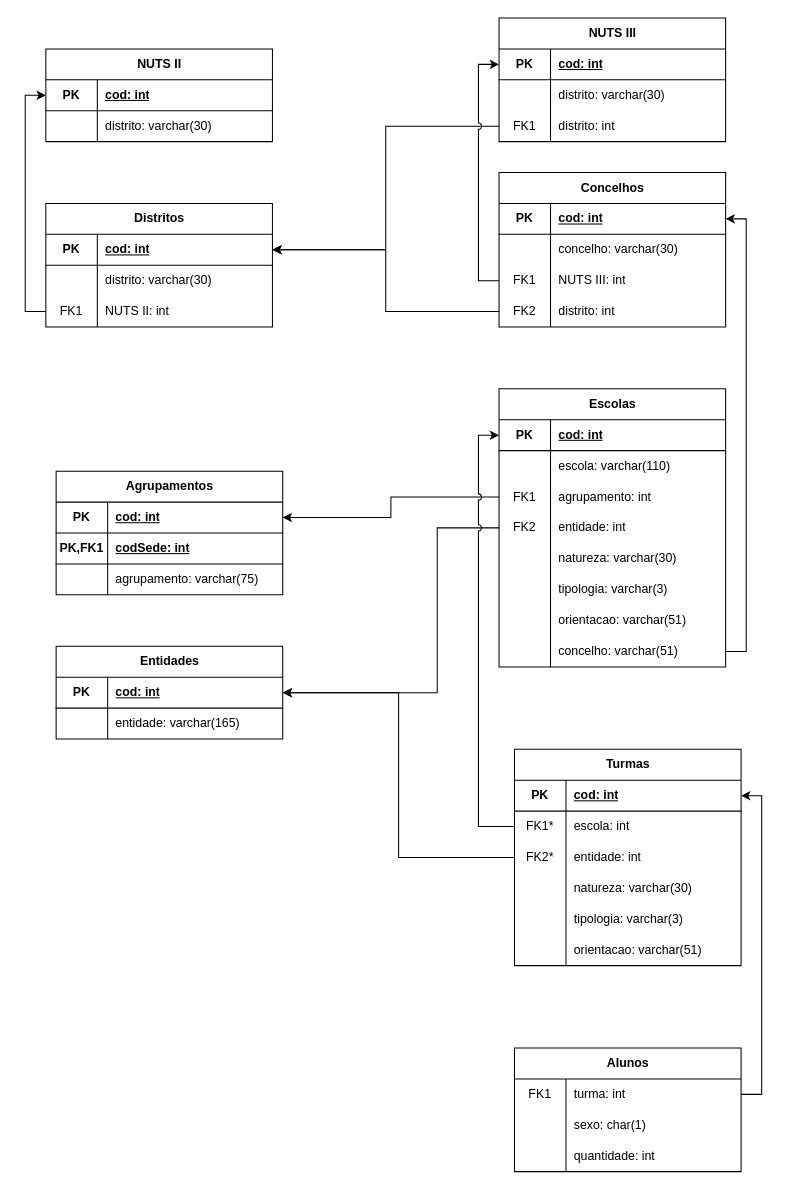
Above: page "Relacional" (5 of 5) of UML1.drawio in damaral31/Portuguese-School-System-DB-Modeling (draw.io), before the change. Source tidied: cells renumbered, new cells numbered last; positions are measured from the earlier drawing's top-left corner, leaving out a move shared by most shapes. Both pictures are drawn from the tidied source at 103%, with x=0, y=0 at pixel (45, 18).
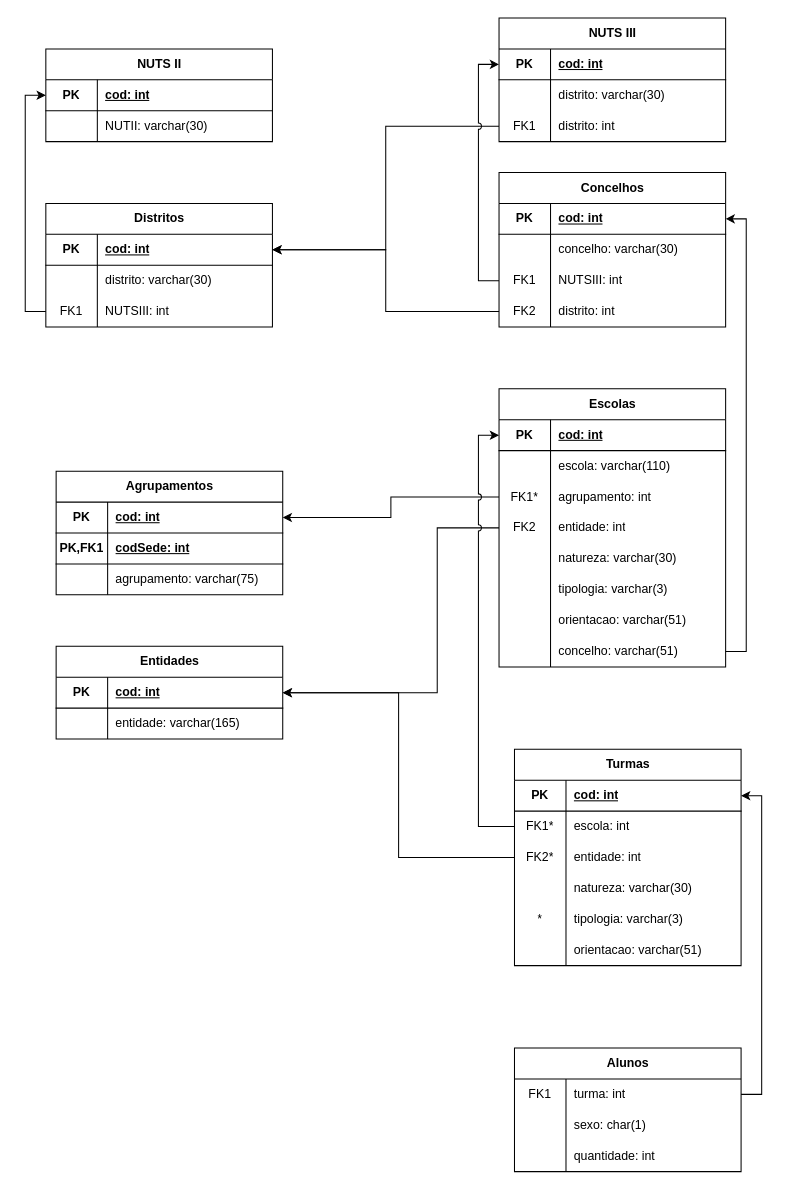
The same diagram, later.

Unchanged cells that the change refers to:
```xml
<mxCell id="20" style="shape=tableRow;horizontal=0;startSize=0;swimlaneHead=0;swimlaneBody=0;fillColor=none;points=[[0,0.5],[1,0.5]];portConstraint=eastwest;top=0;left=0;right=0;bottom=0;" parent="13" vertex="1">
  <mxGeometry y="90" width="220" height="30" as="geometry" />
</mxCell>
<mxCell id="60" style="shape=tableRow;horizontal=0;startSize=0;swimlaneHead=0;swimlaneBody=0;fillColor=none;top=0;left=0;right=0;bottom=0;" parent="47" vertex="1">
  <mxGeometry y="150" width="220" height="30" as="geometry" />
</mxCell>
<mxCell id="86" style="shape=tableRow;horizontal=0;startSize=0;swimlaneHead=0;swimlaneBody=0;fillColor=none;points=[[0,0.5],[1,0.5]];portConstraint=eastwest;top=0;left=0;right=0;bottom=0;" parent="79" vertex="1">
  <mxGeometry y="90" width="220" height="30" as="geometry" />
</mxCell>
<mxCell id="111" style="shape=tableRow;horizontal=0;startSize=0;swimlaneHead=0;swimlaneBody=0;fillColor=none;points=[[0,0.5],[1,0.5]];portConstraint=eastwest;top=0;left=0;right=0;bottom=0;" parent="104" vertex="1">
  <mxGeometry y="90" width="220" height="30" as="geometry" />
</mxCell>
<mxCell id="119" style="shape=tableRow;horizontal=0;startSize=0;swimlaneHead=0;swimlaneBody=0;fillColor=none;top=0;left=0;right=0;bottom=0;" parent="115" vertex="1">
  <mxGeometry y="60" width="220" height="30" as="geometry" />
</mxCell>
```

Diff of the diagram source:
```diff
@@
-    <mxCell id="21" value="FK1" style="shape=partialRectangle;fillColor=none;top=0;left=0;bottom=0;right=0;overflow=hidden;whiteSpace=wrap;html=1;" parent="20" vertex="1">
+    <mxCell id="21" value="FK1*" style="shape=partialRectangle;fillColor=none;top=0;left=0;bottom=0;right=0;overflow=hidden;whiteSpace=wrap;html=1;" parent="20" vertex="1">
       <mxGeometry width="50" height="30" as="geometry" />
     </mxCell>
@@
-    <mxCell id="61" style="shape=partialRectangle;fillColor=none;top=0;left=0;bottom=0;right=0;overflow=hidden;whiteSpace=wrap;html=1;" parent="60" vertex="1">
+    <mxCell id="61" value="*" style="shape=partialRectangle;fillColor=none;top=0;left=0;bottom=0;right=0;overflow=hidden;whiteSpace=wrap;html=1;" parent="60" vertex="1">
       <mxGeometry width="50" height="30" as="geometry" />
     </mxCell>
@@
-    <mxCell id="88" value="NUTS III: int" style="shape=partialRectangle;fillColor=none;top=0;left=0;bottom=0;right=0;align=left;spacingLeft=6;overflow=hidden;whiteSpace=wrap;html=1;" parent="86" vertex="1">
+    <mxCell id="88" value="NUTSIII: int" style="shape=partialRectangle;fillColor=none;top=0;left=0;bottom=0;right=0;align=left;spacingLeft=6;overflow=hidden;whiteSpace=wrap;html=1;" parent="86" vertex="1">
       <mxGeometry x="50" width="170" height="30" as="geometry" />
     </mxCell>
@@
-    <mxCell id="113" value="NUTS II: int" style="shape=partialRectangle;fillColor=none;top=0;left=0;bottom=0;right=0;align=left;spacingLeft=6;overflow=hidden;whiteSpace=wrap;html=1;" parent="111" vertex="1">
+    <mxCell id="113" value="NUTSIII: int" style="shape=partialRectangle;fillColor=none;top=0;left=0;bottom=0;right=0;align=left;spacingLeft=6;overflow=hidden;whiteSpace=wrap;html=1;" parent="111" vertex="1">
       <mxGeometry x="50" width="170" height="30" as="geometry" />
     </mxCell>
@@
-    <mxCell id="121" value="distrito: varchar(30)" style="shape=partialRectangle;fillColor=none;top=0;left=0;bottom=0;right=0;align=left;spacingLeft=6;overflow=hidden;whiteSpace=wrap;html=1;" parent="119" vertex="1">
+    <mxCell id="121" value="NUTII: varchar(30)" style="shape=partialRectangle;fillColor=none;top=0;left=0;bottom=0;right=0;align=left;spacingLeft=6;overflow=hidden;whiteSpace=wrap;html=1;" parent="119" vertex="1">
       <mxGeometry x="50" width="170" height="30" as="geometry" />
     </mxCell>
```
